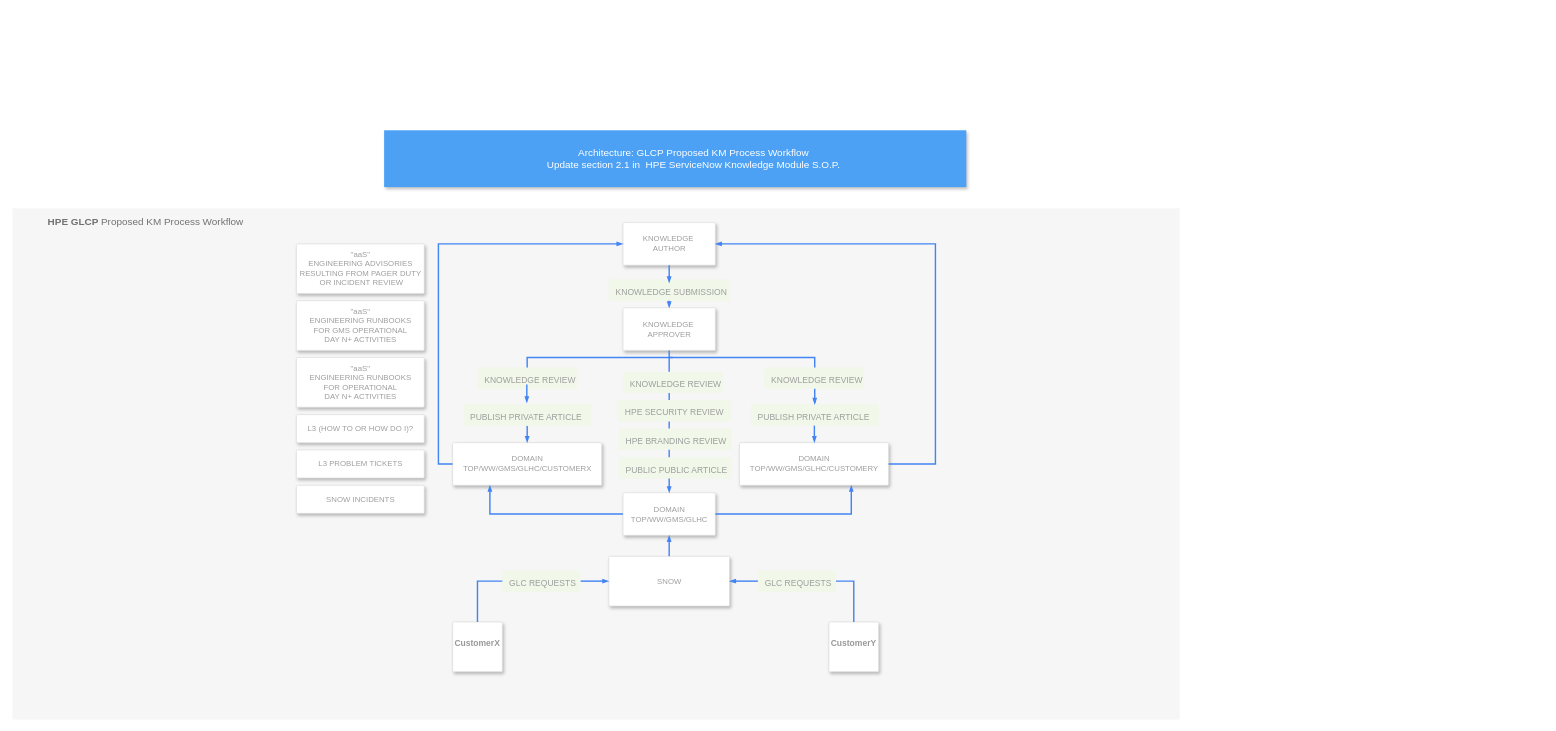
The draw.io diagram Untitled Diagram.drawio in ajrich2/ajrich2, before the edit. Source tidied: cells renumbered, new cells numbered last; positions are measured from the earlier drawing's top-left corner, leaving out a move shared by most shapes. Both pictures are drawn from the tidied source at 71%, with x=0, y=0 at pixel (12, 109).
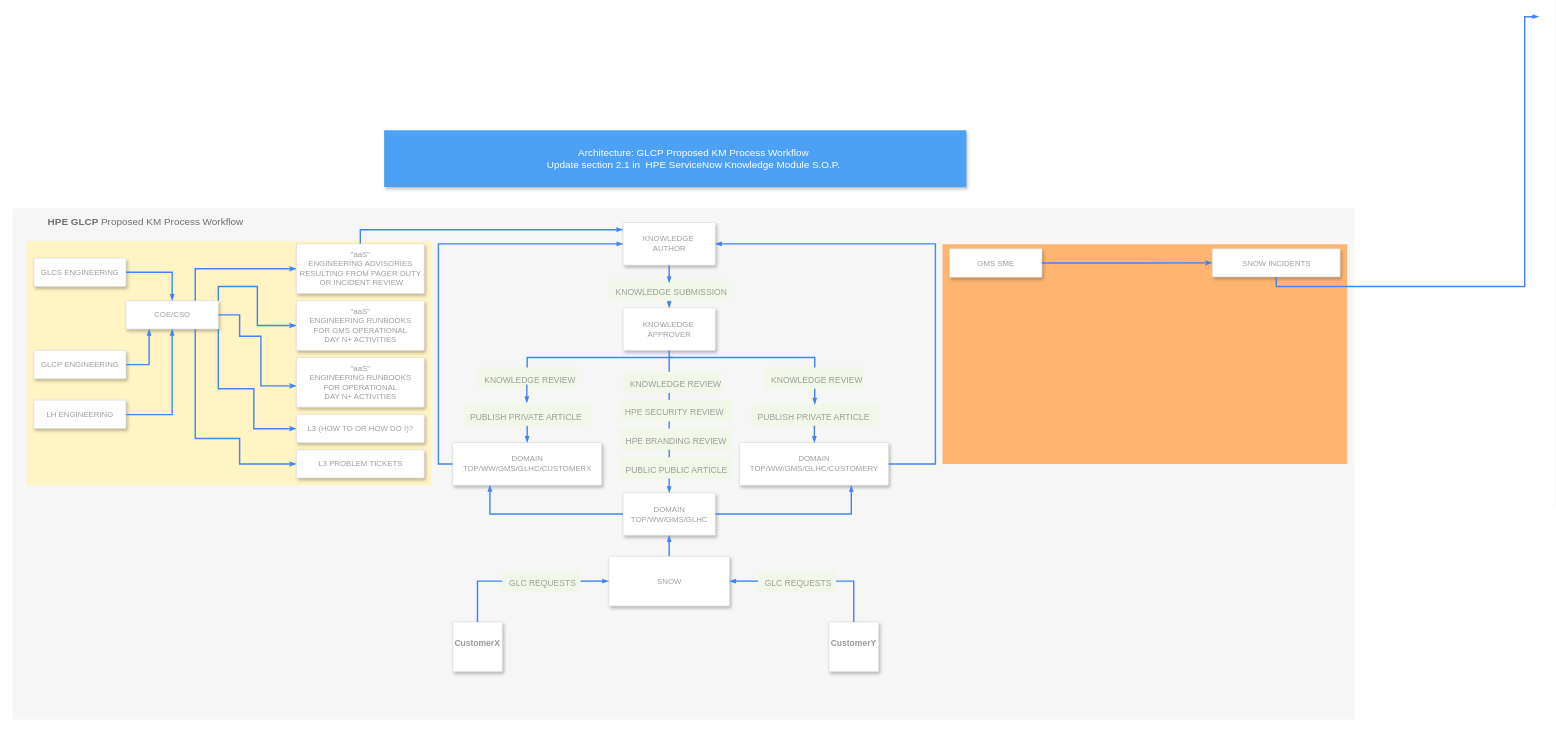
The same diagram, later.

What changed in the source:
```diff
@@
     <mxCell id="2" style="fillColor=#FFFFFF;strokeColor=none;shadow=0;gradientColor=none;fontSize=14;align=left;spacing=10;fontColor=#717171;9E9E9E;verticalAlign=top;spacingTop=-4;fontStyle=0;spacingLeft=40;html=1;" parent="1" vertex="1">
-      <mxGeometry width="1640" height="140" as="geometry" />
+      <mxGeometry width="1610" height="140" as="geometry" />
     </mxCell>
     <mxCell id="3" value="&lt;b&gt;HPE GLCP &lt;/b&gt;Proposed KM Process Workflow" style="fillColor=#F6F6F6;strokeColor=none;shadow=0;gradientColor=none;fontSize=14;align=left;spacing=10;fontColor=#717171;9E9E9E;verticalAlign=top;spacingTop=-4;fontStyle=0;spacingLeft=40;html=1;" parent="1" vertex="1">
-      <mxGeometry y="140" width="1644" height="720" as="geometry" />
+      <mxGeometry y="140" width="1890" height="720" as="geometry" />
     </mxCell>
@@
-    <mxCell id="24" value="&quot;aaS&quot;&lt;br&gt;ENGINEERING ADVISORIES&lt;br&gt;RESULTING FROM PAGER DUTY&lt;br&gt;&amp;nbsp;OR INCIDENT REVIEW" style="strokeColor=#dddddd;fillColor=#ffffff;shadow=1;strokeWidth=1;rounded=1;absoluteArcSize=1;arcSize=2;fontSize=11;fontColor=#9E9E9E;align=center;html=1;" parent="1" vertex="1">
-      <mxGeometry x="400" y="190" width="180" height="70" as="geometry" />
-    </mxCell>
-    <mxCell id="25" value="&quot;aaS&quot;&lt;br&gt;ENGINEERING RUNBOOKS&lt;br&gt;FOR GMS OPERATIONAL&lt;br&gt;DAY N+ ACTIVITIES" style="strokeColor=#dddddd;fillColor=#ffffff;shadow=1;strokeWidth=1;rounded=1;absoluteArcSize=1;arcSize=2;fontSize=11;fontColor=#9E9E9E;align=center;html=1;" parent="1" vertex="1">
-      <mxGeometry x="400" y="270" width="180" height="70" as="geometry" />
-    </mxCell>
-    <mxCell id="26" value="&quot;aaS&quot;&lt;br&gt;ENGINEERING RUNBOOKS&lt;br&gt;FOR OPERATIONAL&lt;br&gt;DAY N+ ACTIVITIES" style="strokeColor=#dddddd;fillColor=#ffffff;shadow=1;strokeWidth=1;rounded=1;absoluteArcSize=1;arcSize=2;fontSize=11;fontColor=#9E9E9E;align=center;html=1;" parent="1" vertex="1">
-      <mxGeometry x="400" y="350" width="180" height="70" as="geometry" />
-    </mxCell>
-    <mxCell id="27" value="L3 (HOW TO OR HOW DO I)?" style="strokeColor=#dddddd;fillColor=#ffffff;shadow=1;strokeWidth=1;rounded=1;absoluteArcSize=1;arcSize=2;fontSize=11;fontColor=#9E9E9E;align=center;html=1;" parent="1" vertex="1">
-      <mxGeometry x="400" y="430.5" width="180" height="39.5" as="geometry" />
-    </mxCell>
@@
-    <mxCell id="36" value="L3 PROBLEM TICKETS" style="strokeColor=#dddddd;fillColor=#ffffff;shadow=1;strokeWidth=1;rounded=1;absoluteArcSize=1;arcSize=2;fontSize=11;fontColor=#9E9E9E;align=center;html=1;" parent="1" vertex="1">
-      <mxGeometry x="400" y="480.2" width="180" height="39.5" as="geometry" />
-    </mxCell>
-    <mxCell id="37" value="SNOW INCIDENTS" style="strokeColor=#dddddd;fillColor=#ffffff;shadow=1;strokeWidth=1;rounded=1;absoluteArcSize=1;arcSize=2;fontSize=11;fontColor=#9E9E9E;align=center;html=1;" parent="1" vertex="1">
-      <mxGeometry x="400" y="530" width="180" height="39.5" as="geometry" />
-    </mxCell>
+    <mxCell id="47" style="fillColor=#FFF4C3;strokeColor=none;shadow=0;gradientColor=none;fontSize=14;align=left;spacing=10;fontColor=#717171;9E9E9E;verticalAlign=top;spacingTop=-4;fontStyle=0;spacingLeft=40;html=1;" parent="1" vertex="1">
+      <mxGeometry x="20" y="186" width="570" height="344" as="geometry" />
+    </mxCell>
@@
+    <mxCell id="48" value="GLCS ENGINEERING" style="strokeColor=#dddddd;fillColor=#ffffff;shadow=1;strokeWidth=1;rounded=1;absoluteArcSize=1;arcSize=2;fontSize=11;fontColor=#9E9E9E;align=center;html=1;" parent="1" vertex="1">
+      <mxGeometry x="30" y="210" width="130" height="40" as="geometry" />
+    </mxCell>
+    <mxCell id="49" value="GLCP ENGINEERING" style="strokeColor=#dddddd;fillColor=#ffffff;shadow=1;strokeWidth=1;rounded=1;absoluteArcSize=1;arcSize=2;fontSize=11;fontColor=#9E9E9E;align=center;html=1;" parent="1" vertex="1">
+      <mxGeometry x="30" y="340" width="130" height="40" as="geometry" />
+    </mxCell>
+    <mxCell id="50" value="COE/CSO" style="strokeColor=#dddddd;fillColor=#ffffff;shadow=1;strokeWidth=1;rounded=1;absoluteArcSize=1;arcSize=2;fontSize=11;fontColor=#9E9E9E;align=center;html=1;" parent="1" vertex="1">
+      <mxGeometry x="160" y="270" width="130" height="40" as="geometry" />
+    </mxCell>
+    <mxCell id="51" style="edgeStyle=orthogonalEdgeStyle;rounded=0;elbow=vertical;html=1;labelBackgroundColor=none;startFill=1;startSize=4;endArrow=blockThin;endFill=1;endSize=4;jettySize=auto;strokeColor=#4284F3;strokeWidth=2;fontSize=12;fontColor=#000000;align=left;dashed=0;exitX=1;exitY=0.5;exitDx=0;exitDy=0;entryX=0.25;entryY=1;entryDx=0;entryDy=0;" parent="1" edge="1" source="49" target="50">
+      <mxGeometry relative="1" as="geometry">
+        <Array as="points">
+          <mxPoint x="193" y="360" />
+        </Array>
+      </mxGeometry>
+    </mxCell>
+    <mxCell id="52" style="edgeStyle=orthogonalEdgeStyle;rounded=0;elbow=vertical;html=1;labelBackgroundColor=none;startFill=1;startSize=4;endArrow=blockThin;endFill=1;endSize=4;jettySize=auto;strokeColor=#4284F3;strokeWidth=2;fontSize=12;fontColor=#000000;align=left;dashed=0;exitX=1;exitY=0.5;exitDx=0;exitDy=0;entryX=0.5;entryY=0;entryDx=0;entryDy=0;" parent="1" edge="1" target="50">
+      <mxGeometry relative="1" as="geometry">
+        <mxPoint x="160" y="230" as="sourcePoint" />
+        <Array as="points">
+          <mxPoint x="225" y="230" />
+        </Array>
+      </mxGeometry>
+    </mxCell>
+    <mxCell id="53" value="LH ENGINEERING" style="strokeColor=#dddddd;fillColor=#ffffff;shadow=1;strokeWidth=1;rounded=1;absoluteArcSize=1;arcSize=2;fontSize=11;fontColor=#9E9E9E;align=center;html=1;" parent="1" vertex="1">
+      <mxGeometry x="30" y="410" width="130" height="40" as="geometry" />
+    </mxCell>
+    <mxCell id="54" style="edgeStyle=orthogonalEdgeStyle;rounded=0;elbow=vertical;html=1;labelBackgroundColor=none;startFill=1;startSize=4;endArrow=blockThin;endFill=1;endSize=4;jettySize=auto;strokeColor=#4284F3;strokeWidth=2;fontSize=12;fontColor=#000000;align=left;dashed=0;exitX=1;exitY=0.5;exitDx=0;exitDy=0;entryX=0.5;entryY=1;entryDx=0;entryDy=0;" parent="1" edge="1" target="50">
+      <mxGeometry relative="1" as="geometry">
+        <mxPoint x="160" y="430.5" as="sourcePoint" />
+        <Array as="points">
+          <mxPoint x="225" y="431" />
+        </Array>
+      </mxGeometry>
+    </mxCell>
+    <mxCell id="55" style="edgeStyle=orthogonalEdgeStyle;rounded=0;elbow=vertical;html=1;labelBackgroundColor=none;startFill=1;startSize=4;endArrow=classicThin;endFill=1;endSize=4;jettySize=auto;strokeColor=#4284F3;strokeWidth=2;fontSize=12;fontColor=#000000;align=left;dashed=0;exitX=0.75;exitY=0;exitDx=0;exitDy=0;entryX=0;entryY=0.5;entryDx=0;entryDy=0;" parent="1" edge="1" source="50" target="24">
+      <mxGeometry relative="1" as="geometry" />
+    </mxCell>
+    <mxCell id="56" style="edgeStyle=orthogonalEdgeStyle;rounded=0;elbow=vertical;html=1;labelBackgroundColor=none;startFill=1;startSize=4;endArrow=classicThin;endFill=1;endSize=4;jettySize=auto;strokeColor=#4284F3;strokeWidth=2;fontSize=12;fontColor=#000000;align=left;dashed=0;exitX=1;exitY=0;exitDx=0;exitDy=0;" parent="1" edge="1" source="50" target="25">
+      <mxGeometry relative="1" as="geometry" />
+    </mxCell>
+    <mxCell id="57" style="edgeStyle=orthogonalEdgeStyle;rounded=0;elbow=vertical;html=1;labelBackgroundColor=none;startFill=1;startSize=4;endArrow=classicThin;endFill=1;endSize=4;jettySize=auto;strokeColor=#4284F3;strokeWidth=2;fontSize=12;fontColor=#000000;align=left;dashed=0;exitX=1;exitY=0.5;exitDx=0;exitDy=0;" parent="1" edge="1" source="50">
+      <mxGeometry relative="1" as="geometry">
+        <mxPoint x="400" y="390" as="targetPoint" />
+        <Array as="points">
+          <mxPoint x="320" y="290" />
+          <mxPoint x="320" y="320" />
+          <mxPoint x="350" y="320" />
+          <mxPoint x="350" y="390" />
+        </Array>
+      </mxGeometry>
+    </mxCell>
+    <mxCell id="58" style="edgeStyle=orthogonalEdgeStyle;rounded=0;elbow=vertical;html=1;labelBackgroundColor=none;startFill=1;startSize=4;endArrow=classicThin;endFill=1;endSize=4;jettySize=auto;strokeColor=#4284F3;strokeWidth=2;fontSize=12;fontColor=#000000;align=left;dashed=0;exitX=1;exitY=1;exitDx=0;exitDy=0;entryX=0;entryY=0.5;entryDx=0;entryDy=0;" parent="1" edge="1" source="50" target="27">
+      <mxGeometry relative="1" as="geometry">
+        <Array as="points">
+          <mxPoint x="290" y="394" />
+          <mxPoint x="340" y="394" />
+          <mxPoint x="340" y="450" />
+        </Array>
+      </mxGeometry>
+    </mxCell>
+    <mxCell id="59" style="edgeStyle=orthogonalEdgeStyle;rounded=0;elbow=vertical;html=1;labelBackgroundColor=none;startFill=1;startSize=4;endArrow=classicThin;endFill=1;endSize=4;jettySize=auto;strokeColor=#4284F3;strokeWidth=2;fontSize=12;fontColor=#000000;align=left;dashed=0;exitX=0.75;exitY=1;exitDx=0;exitDy=0;entryX=0;entryY=0.5;entryDx=0;entryDy=0;" parent="1" edge="1" source="50" target="36">
+      <mxGeometry relative="1" as="geometry">
+        <Array as="points">
+          <mxPoint x="258" y="464" />
+          <mxPoint x="320" y="464" />
+          <mxPoint x="320" y="500" />
+        </Array>
+      </mxGeometry>
+    </mxCell>
+    <mxCell id="60" style="edgeStyle=orthogonalEdgeStyle;rounded=0;elbow=vertical;html=1;labelBackgroundColor=none;startFill=1;startSize=4;endArrow=blockThin;endFill=1;endSize=4;jettySize=auto;strokeColor=#4284F3;strokeWidth=2;fontSize=12;fontColor=#000000;align=left;dashed=0;exitX=0.5;exitY=0;exitDx=0;exitDy=0;" parent="1" edge="1" source="24">
+      <mxGeometry relative="1" as="geometry">
+        <mxPoint x="860" y="170" as="targetPoint" />
+        <Array as="points">
+          <mxPoint x="490" y="170" />
+          <mxPoint x="860" y="170" />
+        </Array>
+      </mxGeometry>
+    </mxCell>
+    <mxCell id="24" value="&quot;aaS&quot;&lt;br&gt;ENGINEERING ADVISORIES&lt;br&gt;RESULTING FROM PAGER DUTY&lt;br&gt;&amp;nbsp;OR INCIDENT REVIEW" style="strokeColor=#dddddd;fillColor=#ffffff;shadow=1;strokeWidth=1;rounded=1;absoluteArcSize=1;arcSize=2;fontSize=11;fontColor=#9E9E9E;align=center;html=1;" parent="1" vertex="1">
+      <mxGeometry x="400" y="190" width="180" height="70" as="geometry" />
+    </mxCell>
+    <mxCell id="25" value="&quot;aaS&quot;&lt;br&gt;ENGINEERING RUNBOOKS&lt;br&gt;FOR GMS OPERATIONAL&lt;br&gt;DAY N+ ACTIVITIES" style="strokeColor=#dddddd;fillColor=#ffffff;shadow=1;strokeWidth=1;rounded=1;absoluteArcSize=1;arcSize=2;fontSize=11;fontColor=#9E9E9E;align=center;html=1;" parent="1" vertex="1">
+      <mxGeometry x="400" y="270" width="180" height="70" as="geometry" />
+    </mxCell>
+    <mxCell id="26" value="&quot;aaS&quot;&lt;br&gt;ENGINEERING RUNBOOKS&lt;br&gt;FOR OPERATIONAL&lt;br&gt;DAY N+ ACTIVITIES" style="strokeColor=#dddddd;fillColor=#ffffff;shadow=1;strokeWidth=1;rounded=1;absoluteArcSize=1;arcSize=2;fontSize=11;fontColor=#9E9E9E;align=center;html=1;" parent="1" vertex="1">
+      <mxGeometry x="400" y="350" width="180" height="70" as="geometry" />
+    </mxCell>
+    <mxCell id="27" value="L3 (HOW TO OR HOW DO I)?" style="strokeColor=#dddddd;fillColor=#ffffff;shadow=1;strokeWidth=1;rounded=1;absoluteArcSize=1;arcSize=2;fontSize=11;fontColor=#9E9E9E;align=center;html=1;" parent="1" vertex="1">
+      <mxGeometry x="400" y="430.5" width="180" height="39.5" as="geometry" />
+    </mxCell>
+    <mxCell id="36" value="L3 PROBLEM TICKETS" style="strokeColor=#dddddd;fillColor=#ffffff;shadow=1;strokeWidth=1;rounded=1;absoluteArcSize=1;arcSize=2;fontSize=11;fontColor=#9E9E9E;align=center;html=1;" parent="1" vertex="1">
+      <mxGeometry x="400" y="480.2" width="180" height="39.5" as="geometry" />
+    </mxCell>
+    <mxCell id="61" style="fillColor=#FFB570;strokeColor=none;shadow=0;gradientColor=none;fontSize=14;align=left;spacing=10;fontColor=#717171;9E9E9E;verticalAlign=top;spacingTop=-4;fontStyle=0;spacingLeft=40;html=1;" parent="1" vertex="1">
+      <mxGeometry x="1310" y="190.5" width="570" height="309.5" as="geometry" />
+    </mxCell>
+    <mxCell id="62" value="GMS SME" style="strokeColor=#dddddd;fillColor=#ffffff;shadow=1;strokeWidth=1;rounded=1;absoluteArcSize=1;arcSize=2;fontSize=11;fontColor=#9E9E9E;align=center;html=1;" parent="1" vertex="1">
+      <mxGeometry x="1320" y="197" width="130" height="40" as="geometry" />
+    </mxCell>
+    <mxCell id="63" style="edgeStyle=orthogonalEdgeStyle;rounded=0;elbow=vertical;html=1;labelBackgroundColor=none;startFill=1;startSize=4;endArrow=classicThin;endFill=1;endSize=4;jettySize=auto;strokeColor=#4284F3;strokeWidth=2;fontSize=12;fontColor=#000000;align=left;dashed=0;exitX=1;exitY=0.5;exitDx=0;exitDy=0;entryX=0;entryY=0.5;entryDx=0;entryDy=0;" parent="1" edge="1" source="62" target="37">
+      <mxGeometry relative="1" as="geometry">
+        <Array as="points">
+          <mxPoint x="1590" y="217" />
+          <mxPoint x="1590" y="217" />
+        </Array>
+      </mxGeometry>
+    </mxCell>
+    <mxCell id="37" value="SNOW INCIDENTS" style="strokeColor=#dddddd;fillColor=#ffffff;shadow=1;strokeWidth=1;rounded=1;absoluteArcSize=1;arcSize=2;fontSize=11;fontColor=#9E9E9E;align=center;html=1;" parent="1" vertex="1">
+      <mxGeometry x="1690" y="197" width="180" height="39.5" as="geometry" />
+    </mxCell>
+    <mxCell id="64" style="edgeStyle=orthogonalEdgeStyle;rounded=0;elbow=vertical;html=1;labelBackgroundColor=none;startFill=1;startSize=4;endArrow=blockThin;endFill=1;endSize=4;jettySize=auto;strokeColor=#4284F3;strokeWidth=2;fontSize=12;fontColor=#000000;align=left;dashed=0;exitX=0.5;exitY=1;exitDx=0;exitDy=0;entryX=0;entryY=1;entryDx=0;entryDy=0;" parent="1" edge="1" source="37">
+      <mxGeometry relative="1" as="geometry">
+        <mxPoint x="2150" y="-130" as="targetPoint" />
+        <Array as="points">
+          <mxPoint x="1780" y="250" />
+          <mxPoint x="2130" y="250" />
+          <mxPoint x="2130" y="-130" />
+        </Array>
+      </mxGeometry>
+    </mxCell>
```
